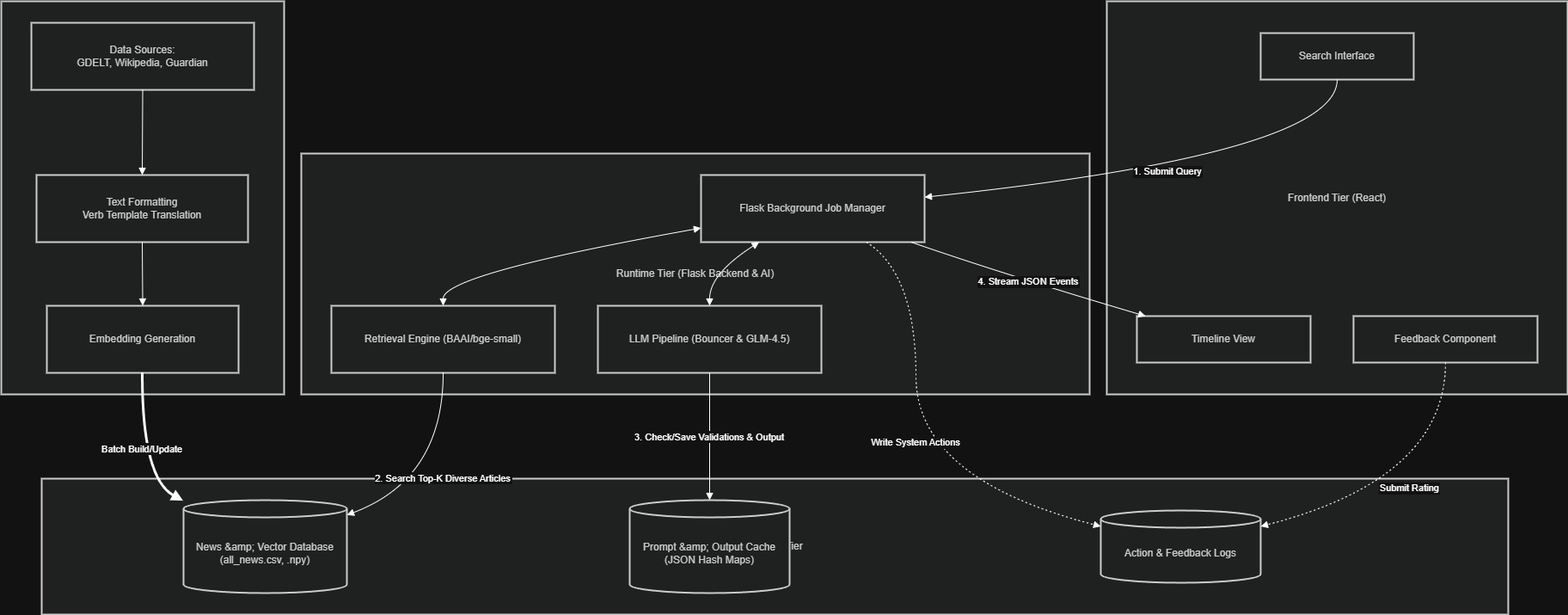
Before: reference/diagram.drawio.png, a diagram exported from draw.io (yixi123/Project_News_Search). Source tidied: cells renumbered, new cells last; positions are measured from the earlier drawing's top-left corner, leaving out a move shared by most shapes.
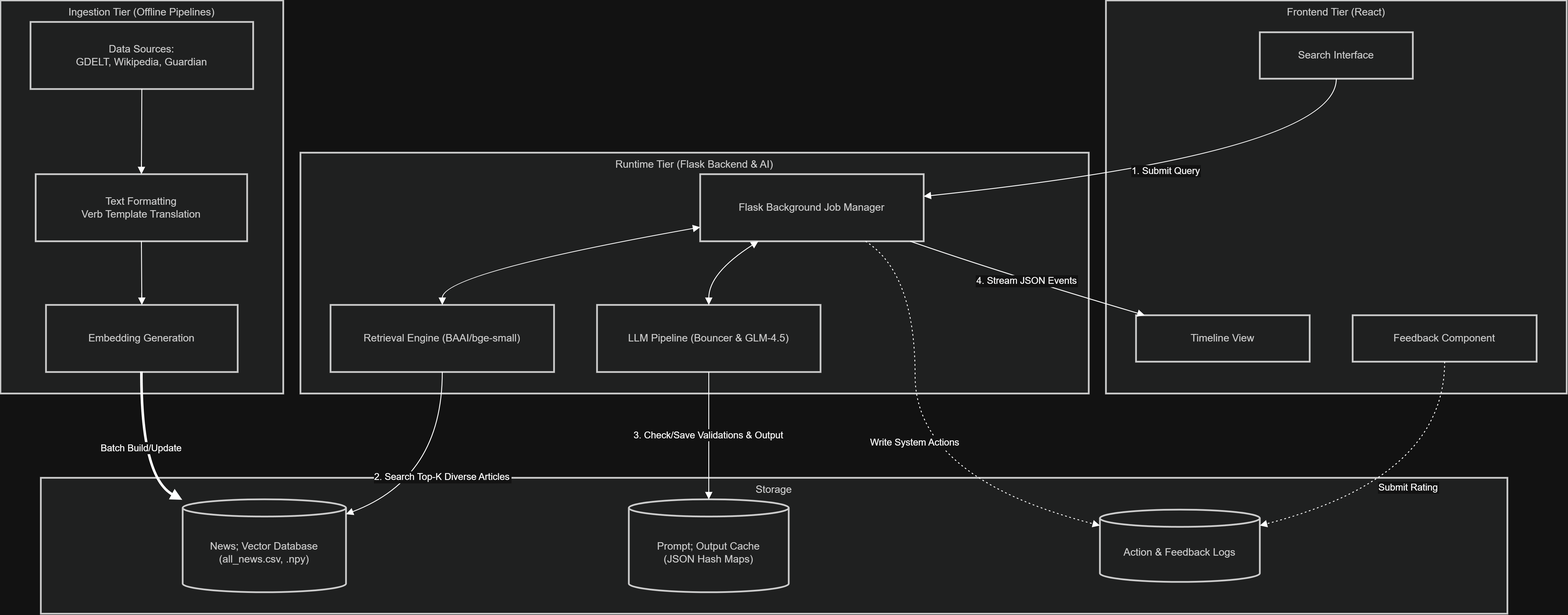
Above is the later version.

What changed in the source:
```diff
@@ -2,16 +2,16 @@
   <root>
     <mxCell id="0" />
     <mxCell id="1" parent="0" />
-    <mxCell id="2" value="Ingestion Tier (Offline Pipelines)" style="whiteSpace=wrap;strokeWidth=2;fillColor=light-dark(#eeeeee,#1f2020);strokeColor=light-dark(#999999,#cccccc);fontColor=light-dark(#333333,#cccccc);" parent="1" vertex="1">
+    <mxCell id="2" value="Ingestion Tier (Offline Pipelines)" style="whiteSpace=wrap;strokeWidth=2;fillColor=light-dark(#eeeeee,#1f2020);strokeColor=light-dark(#999999,#cccccc);fontColor=light-dark(#333333,#cccccc);verticalAlign=top;" parent="1" vertex="1">
       <mxGeometry width="329" height="457" as="geometry" />
     </mxCell>
-    <mxCell id="3" value="Storage Tier" style="whiteSpace=wrap;strokeWidth=2;fillColor=light-dark(#eeeeee,#1f2020);strokeColor=light-dark(#999999,#cccccc);fontColor=light-dark(#333333,#cccccc);" parent="1" vertex="1">
+    <mxCell id="3" value="Storage" style="whiteSpace=wrap;strokeWidth=2;fillColor=light-dark(#eeeeee,#1f2020);strokeColor=light-dark(#999999,#cccccc);fontColor=light-dark(#333333,#cccccc);align=center;verticalAlign=top;" parent="1" vertex="1">
       <mxGeometry x="47" y="555" width="1706" height="158" as="geometry" />
     </mxCell>
-    <mxCell id="4" value="Runtime Tier (Flask Backend &amp; AI)" style="whiteSpace=wrap;strokeWidth=2;fillColor=light-dark(#eeeeee,#1f2020);strokeColor=light-dark(#999999,#cccccc);fontColor=light-dark(#333333,#cccccc);" parent="1" vertex="1">
+    <mxCell id="4" value="Runtime Tier (Flask Backend &amp; AI)" style="whiteSpace=wrap;strokeWidth=2;fillColor=light-dark(#eeeeee,#1f2020);strokeColor=light-dark(#999999,#cccccc);fontColor=light-dark(#333333,#cccccc);verticalAlign=top;" parent="1" vertex="1">
       <mxGeometry x="349" y="177" width="917" height="280" as="geometry" />
     </mxCell>
-    <mxCell id="5" value="Frontend Tier (React)" style="whiteSpace=wrap;strokeWidth=2;fillColor=light-dark(#eeeeee,#1f2020);strokeColor=light-dark(#999999,#cccccc);fontColor=light-dark(#333333,#cccccc);" parent="1" vertex="1">
+    <mxCell id="5" value="Frontend Tier (React)" style="whiteSpace=wrap;strokeWidth=2;fillColor=light-dark(#eeeeee,#1f2020);strokeColor=light-dark(#999999,#cccccc);fontColor=light-dark(#333333,#cccccc);verticalAlign=top;" parent="1" vertex="1">
       <mxGeometry x="1286" width="536" height="457" as="geometry" />
     </mxCell>
     <mxCell id="6" value="Search Interface" style="whiteSpace=wrap;strokeWidth=2;fillColor=light-dark(#eeeeee,#1f2020);strokeColor=light-dark(#999999,#cccccc);fontColor=light-dark(#333333,#cccccc);" parent="1" vertex="1">
@@ -32,10 +32,10 @@
     <mxCell id="11" value="LLM Pipeline (Bouncer &amp; GLM-4.5)" style="whiteSpace=wrap;strokeWidth=2;fillColor=light-dark(#eeeeee,#1f2020);strokeColor=light-dark(#999999,#cccccc);fontColor=light-dark(#333333,#cccccc);" parent="1" vertex="1">
       <mxGeometry x="694" y="354" width="260" height="78" as="geometry" />
     </mxCell>
-    <mxCell id="12" value="News &amp;amp; Vector Database &#10;(all_news.csv, .npy)" style="shape=cylinder3;boundedLbl=1;backgroundOutline=1;size=10;strokeWidth=2;whiteSpace=wrap;fillColor=light-dark(#eeeeee,#1f2020);strokeColor=light-dark(#999999,#cccccc);fontColor=light-dark(#333333,#cccccc);" parent="1" vertex="1">
+    <mxCell id="12" value="News; Vector Database &#10;(all_news.csv, .npy)" style="shape=cylinder3;boundedLbl=1;backgroundOutline=1;size=10;strokeWidth=2;whiteSpace=wrap;fillColor=light-dark(#eeeeee,#1f2020);strokeColor=light-dark(#999999,#cccccc);fontColor=light-dark(#333333,#cccccc);" parent="1" vertex="1">
       <mxGeometry x="212" y="580" width="190" height="108" as="geometry" />
     </mxCell>
-    <mxCell id="13" value="Prompt &amp;amp; Output Cache &#10;(JSON Hash Maps)" style="shape=cylinder3;boundedLbl=1;backgroundOutline=1;size=10;strokeWidth=2;whiteSpace=wrap;fillColor=light-dark(#eeeeee,#1f2020);strokeColor=light-dark(#999999,#cccccc);fontColor=light-dark(#333333,#cccccc);" parent="1" vertex="1">
+    <mxCell id="13" value="Prompt; Output Cache &#10;(JSON Hash Maps)" style="shape=cylinder3;boundedLbl=1;backgroundOutline=1;size=10;strokeWidth=2;whiteSpace=wrap;fillColor=light-dark(#eeeeee,#1f2020);strokeColor=light-dark(#999999,#cccccc);fontColor=light-dark(#333333,#cccccc);" parent="1" vertex="1">
       <mxGeometry x="731" y="580" width="186" height="108" as="geometry" />
     </mxCell>
     <mxCell id="14" value="Action &amp; Feedback Logs" style="shape=cylinder3;boundedLbl=1;backgroundOutline=1;size=10;strokeWidth=2;whiteSpace=wrap;fillColor=light-dark(#eeeeee,#1f2020);strokeColor=light-dark(#999999,#cccccc);fontColor=light-dark(#333333,#cccccc);" parent="1" vertex="1">
```
